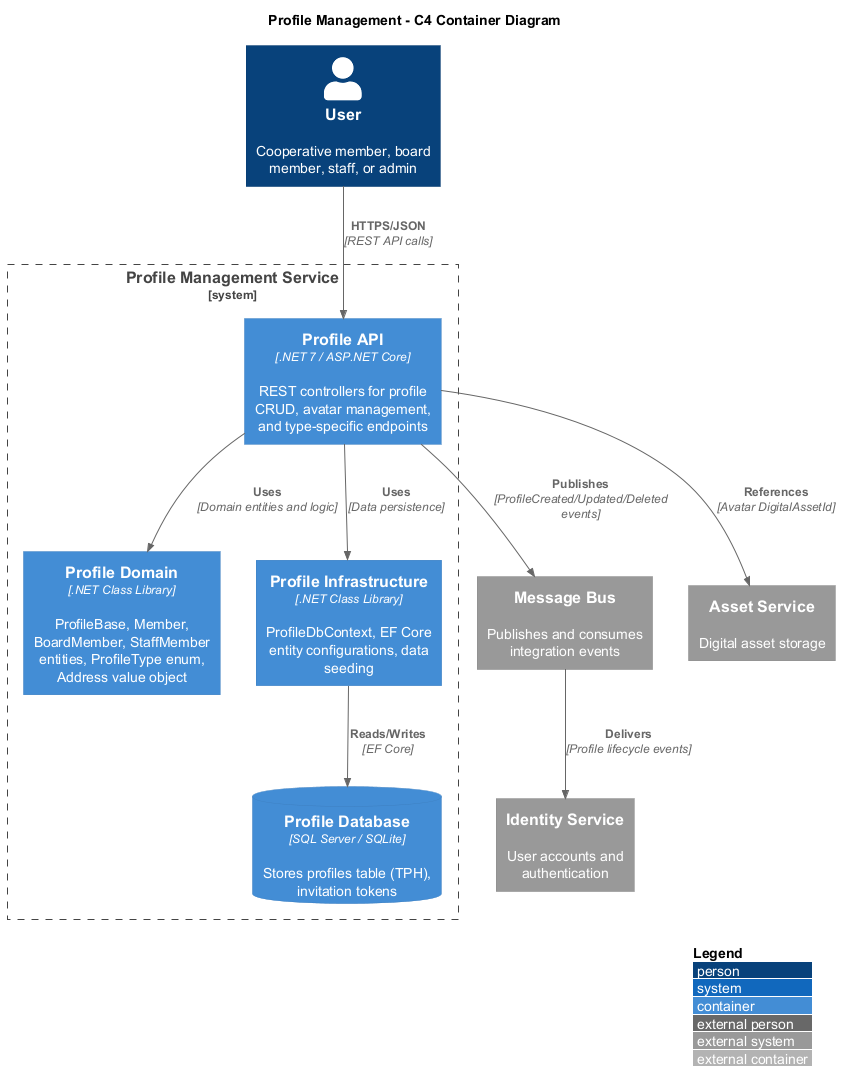
QuinntyneBrown/Coop keeps this PlantUML diagram as docs/detailed-designs/04-profile-management/c4-container.png. Above is the earlier version.
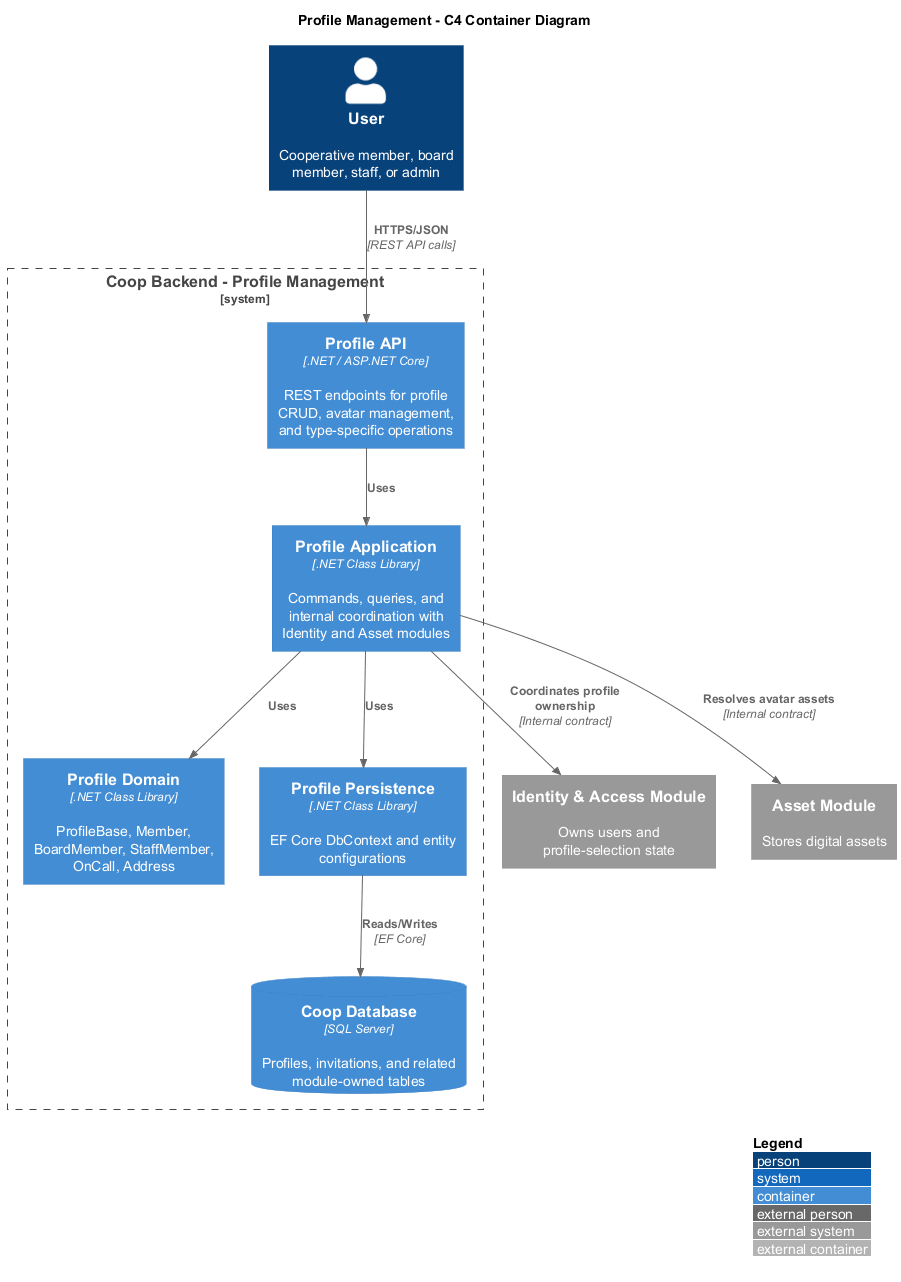
The same file after the commit.

Change to the diagram source:
```diff
@@ -9,23 +9,23 @@
 
 Person(user, "User", "Cooperative member, board member, staff, or admin")
 
-System_Boundary(profileBoundary, "Profile Management Service") {
-    Container(profileApi, "Profile API", ".NET 7 / ASP.NET Core", "REST controllers for profile CRUD, avatar management, and type-specific endpoints")
-    Container(profileDomain, "Profile Domain", ".NET Class Library", "ProfileBase, Member, BoardMember, StaffMember entities, ProfileType enum, Address value object")
-    Container(profileInfra, "Profile Infrastructure", ".NET Class Library", "ProfileDbContext, EF Core entity configurations, data seeding")
-    ContainerDb(profileDb, "Profile Database", "SQL Server / SQLite", "Stores profiles table (TPH), invitation tokens")
+System_Boundary(profileBoundary, "Coop Backend - Profile Management") {
+    Container(profileApi, "Profile API", ".NET / ASP.NET Core", "REST endpoints for profile CRUD, avatar management, and type-specific operations")
+    Container(profileApp, "Profile Application", ".NET Class Library", "Commands, queries, and internal coordination with Identity and Asset modules")
+    Container(profileDomain, "Profile Domain", ".NET Class Library", "ProfileBase, Member, BoardMember, StaffMember, OnCall, Address")
+    Container(profileInfra, "Profile Persistence", ".NET Class Library", "EF Core DbContext and entity configurations")
+    ContainerDb(profileDb, "Coop Database", "SQL Server", "Profiles, invitations, and related module-owned tables")
 }
 
-System_Ext(identityService, "Identity Service", "User accounts and authentication")
-System_Ext(messageBus, "Message Bus", "Publishes and consumes integration events")
-System_Ext(assetService, "Asset Service", "Digital asset storage")
+System_Ext(identityModule, "Identity & Access Module", "Owns users and profile-selection state")
+System_Ext(assetModule, "Asset Module", "Stores digital assets")
 
 Rel(user, profileApi, "HTTPS/JSON", "REST API calls")
-Rel(profileApi, profileDomain, "Uses", "Domain entities and logic")
-Rel(profileApi, profileInfra, "Uses", "Data persistence")
+Rel(profileApi, profileApp, "Uses")
+Rel(profileApp, profileDomain, "Uses")
+Rel(profileApp, profileInfra, "Uses")
 Rel(profileInfra, profileDb, "Reads/Writes", "EF Core")
-Rel(profileApi, messageBus, "Publishes", "ProfileCreated/Updated/Deleted events")
-Rel(messageBus, identityService, "Delivers", "Profile lifecycle events")
-Rel(profileApi, assetService, "References", "Avatar DigitalAssetId")
+Rel(profileApp, identityModule, "Coordinates profile ownership", "Internal contract")
+Rel(profileApp, assetModule, "Resolves avatar assets", "Internal contract")
 
 @enduml
```
